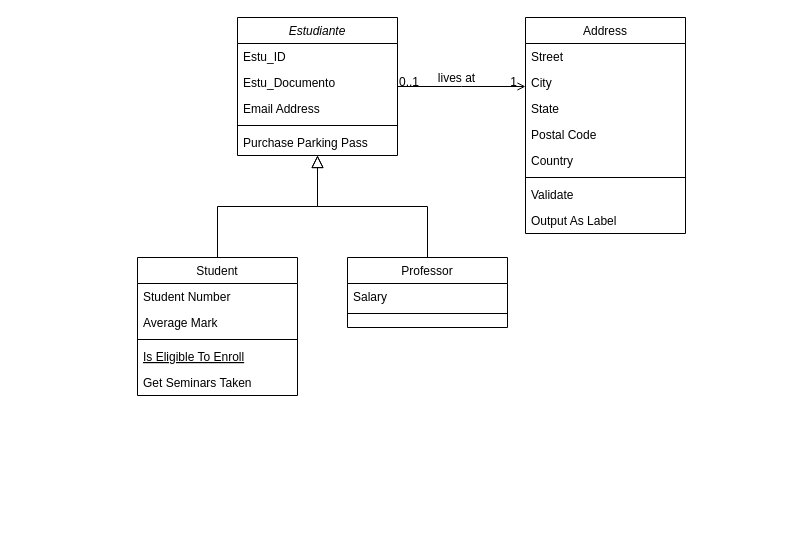
RichardYauc/Diagrama-clases keeps this draw.io diagram as Diagrama sin título.drawio. Above is the earlier version. Source tidied: cells renumbered, new cells numbered last; positions are measured from the earlier drawing's top-left corner, leaving out a move shared by most shapes. Both pictures are drawn from the tidied source at 100%, with x=0, y=0 at pixel (137, 17).
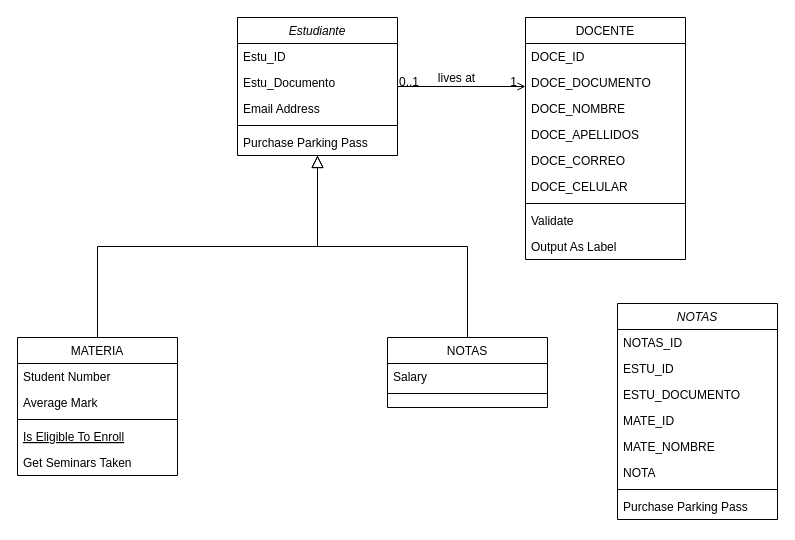
The same diagram, later.

What changed in the source:
```diff
@@
-    <mxCell id="8" value="Student" style="swimlane;fontStyle=0;align=center;verticalAlign=top;horizontal=1;startSize=26;rounded=0;shadow=0;strokeWidth=1;" parent="1" vertex="1">
-      <mxGeometry y="240" width="160" height="138" as="geometry" />
+    <mxCell id="8" value="MATERIA" style="swimlane;fontStyle=0;align=center;verticalAlign=top;horizontal=1;startSize=26;rounded=0;shadow=0;strokeWidth=1;" parent="1" vertex="1">
+      <mxGeometry x="-120" y="320" width="160" height="138" as="geometry" />
     </mxCell>
@@
-    <mxCell id="15" value="Professor" style="swimlane;fontStyle=0;align=center;verticalAlign=top;horizontal=1;startSize=26;rounded=0;shadow=0;strokeWidth=1;" parent="1" vertex="1">
-      <mxGeometry x="210" y="240" width="160" height="70" as="geometry" />
+    <mxCell id="15" value="NOTAS" style="swimlane;fontStyle=0;align=center;verticalAlign=top;horizontal=1;startSize=26;rounded=0;shadow=0;strokeWidth=1;" parent="1" vertex="1">
+      <mxGeometry x="250" y="320" width="160" height="70" as="geometry" />
     </mxCell>
@@
-    <mxCell id="19" value="Address" style="swimlane;fontStyle=0;align=center;verticalAlign=top;horizontal=1;startSize=26;rounded=0;shadow=0;strokeWidth=1;" parent="1" vertex="1">
-      <mxGeometry x="388" width="160" height="216" as="geometry" />
+    <mxCell id="19" value="DOCENTE" style="swimlane;fontStyle=0;align=center;verticalAlign=top;horizontal=1;startSize=26;rounded=0;shadow=0;strokeWidth=1;" parent="1" vertex="1">
+      <mxGeometry x="388" width="160" height="242" as="geometry" />
     </mxCell>
-    <mxCell id="20" value="Street" style="text;align=left;verticalAlign=top;spacingLeft=4;spacingRight=4;overflow=hidden;" parent="19" vertex="1">
+    <mxCell id="20" value="DOCE_ID" style="text;align=left;verticalAlign=top;spacingLeft=4;spacingRight=4;overflow=hidden;" parent="19" vertex="1">
       <mxGeometry y="26" width="160" height="26" as="geometry" />
     </mxCell>
-    <mxCell id="21" value="City" style="text;align=left;verticalAlign=top;spacingLeft=4;spacingRight=4;overflow=hidden;rounded=0;shadow=0;html=0;" parent="19" vertex="1">
+    <mxCell id="21" value="DOCE_DOCUMENTO" style="text;align=left;verticalAlign=top;spacingLeft=4;spacingRight=4;overflow=hidden;rounded=0;shadow=0;html=0;" parent="19" vertex="1">
       <mxGeometry y="52" width="160" height="26" as="geometry" />
     </mxCell>
-    <mxCell id="22" value="State" style="text;align=left;verticalAlign=top;spacingLeft=4;spacingRight=4;overflow=hidden;rounded=0;shadow=0;html=0;" parent="19" vertex="1">
+    <mxCell id="22" value="DOCE_NOMBRE" style="text;align=left;verticalAlign=top;spacingLeft=4;spacingRight=4;overflow=hidden;rounded=0;shadow=0;html=0;" parent="19" vertex="1">
       <mxGeometry y="78" width="160" height="26" as="geometry" />
     </mxCell>
-    <mxCell id="23" value="Postal Code" style="text;align=left;verticalAlign=top;spacingLeft=4;spacingRight=4;overflow=hidden;rounded=0;shadow=0;html=0;" parent="19" vertex="1">
+    <mxCell id="23" value="DOCE_APELLIDOS" style="text;align=left;verticalAlign=top;spacingLeft=4;spacingRight=4;overflow=hidden;rounded=0;shadow=0;html=0;" parent="19" vertex="1">
       <mxGeometry y="104" width="160" height="26" as="geometry" />
     </mxCell>
-    <mxCell id="24" value="Country" style="text;align=left;verticalAlign=top;spacingLeft=4;spacingRight=4;overflow=hidden;rounded=0;shadow=0;html=0;" parent="19" vertex="1">
+    <mxCell id="24" value="DOCE_CORREO" style="text;align=left;verticalAlign=top;spacingLeft=4;spacingRight=4;overflow=hidden;rounded=0;shadow=0;html=0;" parent="19" vertex="1">
       <mxGeometry y="130" width="160" height="26" as="geometry" />
     </mxCell>
+    <mxCell id="32" value="DOCE_CELULAR" style="text;align=left;verticalAlign=top;spacingLeft=4;spacingRight=4;overflow=hidden;rounded=0;shadow=0;html=0;" parent="19" vertex="1">
+      <mxGeometry y="156" width="160" height="26" as="geometry" />
+    </mxCell>
     <mxCell id="25" style="line;html=1;strokeWidth=1;align=left;verticalAlign=middle;spacingTop=-1;spacingLeft=3;spacingRight=3;labelPosition=right;" parent="19" vertex="1">
-      <mxGeometry y="156" width="160" height="8" as="geometry" />
+      <mxGeometry y="182" width="160" height="8" as="geometry" />
     </mxCell>
     <mxCell id="26" value="Validate" style="text;align=left;verticalAlign=top;spacingLeft=4;spacingRight=4;overflow=hidden;" parent="19" vertex="1">
-      <mxGeometry y="164" width="160" height="26" as="geometry" />
+      <mxGeometry y="190" width="160" height="26" as="geometry" />
     </mxCell>
     <mxCell id="27" value="Output As Label" style="text;align=left;verticalAlign=top;spacingLeft=4;spacingRight=4;overflow=hidden;" parent="19" vertex="1">
-      <mxGeometry y="190" width="160" height="26" as="geometry" />
+      <mxGeometry y="216" width="160" height="26" as="geometry" />
     </mxCell>
@@
+    <mxCell id="33" value="NOTAS" style="swimlane;fontStyle=2;align=center;verticalAlign=top;horizontal=1;startSize=26;rounded=0;shadow=0;strokeWidth=1;" parent="1" vertex="1">
+      <mxGeometry x="480" y="286" width="160" height="216" as="geometry" />
+    </mxCell>
+    <mxCell id="34" value="NOTAS_ID" style="text;align=left;verticalAlign=top;spacingLeft=4;spacingRight=4;overflow=hidden;" parent="33" vertex="1">
+      <mxGeometry y="26" width="160" height="26" as="geometry" />
+    </mxCell>
+    <mxCell id="35" value="ESTU_ID" style="text;align=left;verticalAlign=top;spacingLeft=4;spacingRight=4;overflow=hidden;rounded=0;shadow=0;html=0;" parent="33" vertex="1">
+      <mxGeometry y="52" width="160" height="26" as="geometry" />
+    </mxCell>
+    <mxCell id="36" value="ESTU_DOCUMENTO" style="text;align=left;verticalAlign=top;spacingLeft=4;spacingRight=4;overflow=hidden;rounded=0;shadow=0;html=0;" parent="33" vertex="1">
+      <mxGeometry y="78" width="160" height="26" as="geometry" />
+    </mxCell>
+    <mxCell id="37" value="MATE_ID" style="text;align=left;verticalAlign=top;spacingLeft=4;spacingRight=4;overflow=hidden;rounded=0;shadow=0;html=0;" parent="33" vertex="1">
+      <mxGeometry y="104" width="160" height="26" as="geometry" />
+    </mxCell>
+    <mxCell id="38" value="MATE_NOMBRE" style="text;align=left;verticalAlign=top;spacingLeft=4;spacingRight=4;overflow=hidden;rounded=0;shadow=0;html=0;" parent="33" vertex="1">
+      <mxGeometry y="130" width="160" height="26" as="geometry" />
+    </mxCell>
+    <mxCell id="39" value="NOTA" style="text;align=left;verticalAlign=top;spacingLeft=4;spacingRight=4;overflow=hidden;rounded=0;shadow=0;html=0;" parent="33" vertex="1">
+      <mxGeometry y="156" width="160" height="26" as="geometry" />
+    </mxCell>
+    <mxCell id="40" style="line;html=1;strokeWidth=1;align=left;verticalAlign=middle;spacingTop=-1;spacingLeft=3;spacingRight=3;labelPosition=right;" parent="33" vertex="1">
+      <mxGeometry y="182" width="160" height="8" as="geometry" />
+    </mxCell>
+    <mxCell id="41" value="Purchase Parking Pass" style="text;align=left;verticalAlign=top;spacingLeft=4;spacingRight=4;overflow=hidden;" parent="33" vertex="1">
+      <mxGeometry y="190" width="160" height="26" as="geometry" />
+    </mxCell>
```
